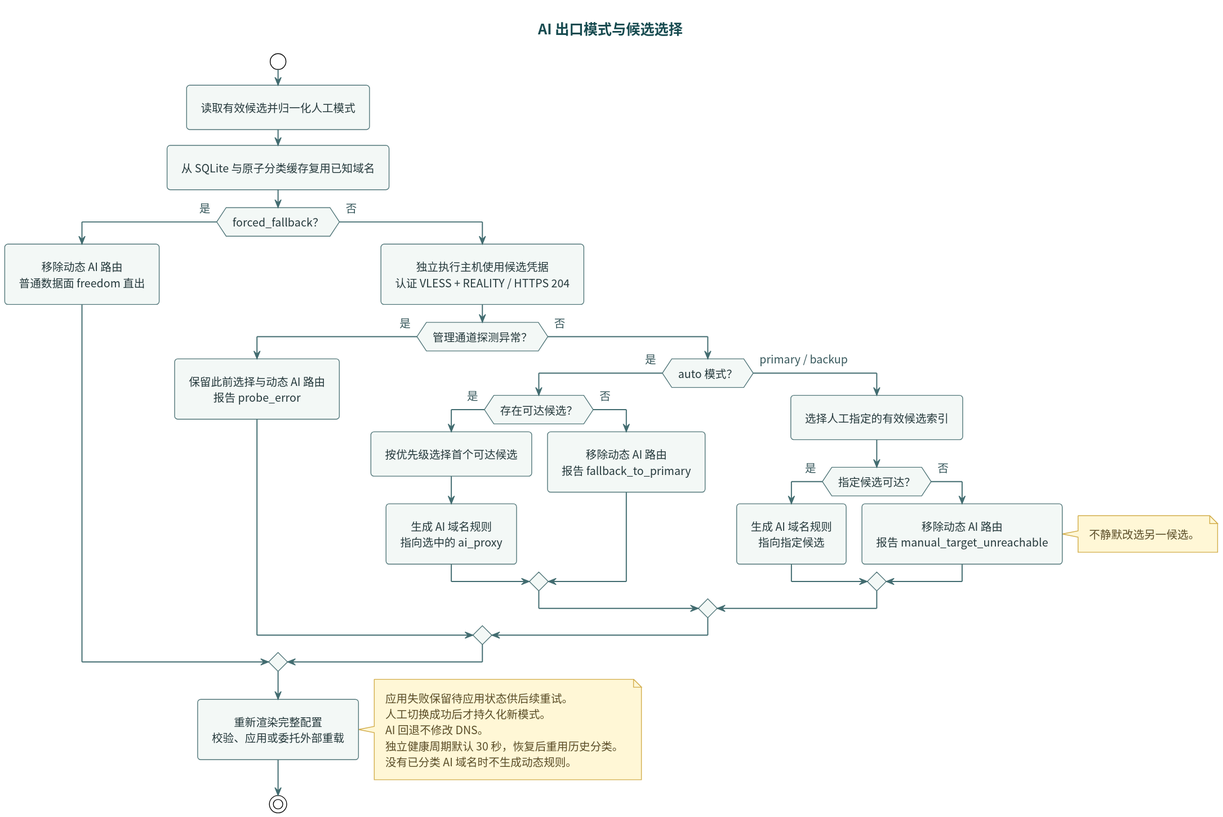
This is docs/diagrams/ai-upstream-selection.svg from i-zrhe2016/ai-routing-panel, a PlantUML export, as it was before one commit.
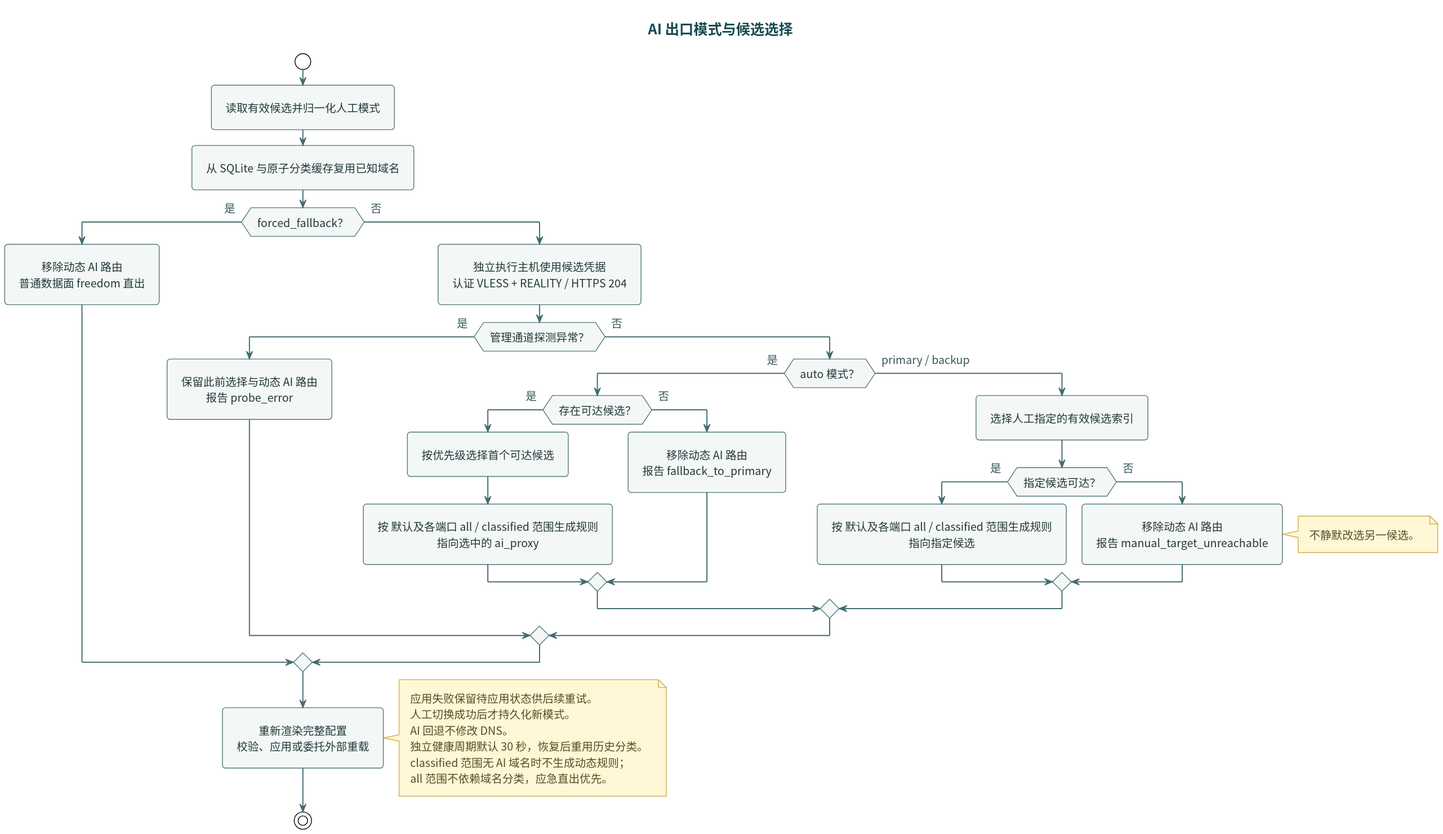
After the commit.

Change to the diagram source:
```diff
@@ -15,14 +15,14 @@
   if (auto 模式？) then (是)
     if (存在可达候选？) then (是)
       :按优先级选择首个可达候选;
-      :生成 AI 域名规则\n指向选中的 ai_proxy;
+      :按 默认及各端口 all / classified 范围生成规则\n指向选中的 ai_proxy;
     else (否)
       :移除动态 AI 路由\n报告 fallback_to_primary;
     endif
   else (primary / backup)
     :选择人工指定的有效候选索引;
     if (指定候选可达？) then (是)
-      :生成 AI 域名规则\n指向指定候选;
+      :按 默认及各端口 all / classified 范围生成规则\n指向指定候选;
     else (否)
       :移除动态 AI 路由\n报告 manual_target_unreachable;
       note right
@@ -38,7 +38,8 @@
   人工切换成功后才持久化新模式。
   AI 回退不修改 DNS。
   独立健康周期默认 30 秒，恢复后重用历史分类。
-  没有已分类 AI 域名时不生成动态规则。
+  classified 范围无 AI 域名时不生成动态规则；
+  all 范围不依赖域名分类，应急直出优先。
 end note
 stop
 @enduml
```
